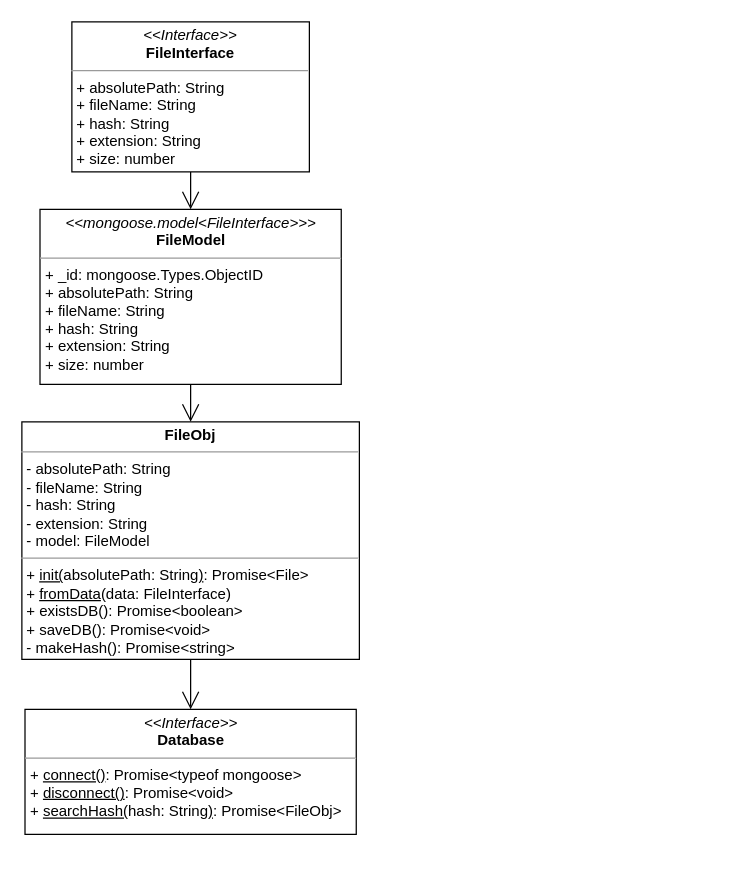
Above: bfs-core.drawio in jm0ran/bfs-core (draw.io), before the change. Source tidied: cells renumbered, new cells numbered last; positions are measured from the earlier drawing's top-left corner, leaving out a move shared by most shapes. Both pictures are drawn from the tidied source at 125%, with x=0, y=0 at pixel (21, 21).
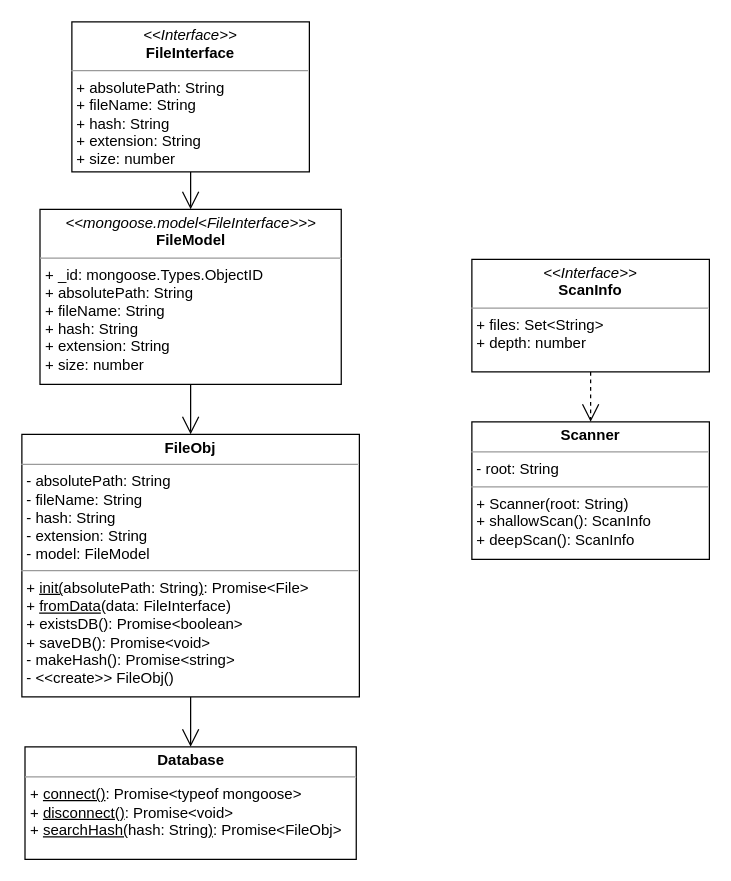
The same diagram, later.

Commit message (it also covers changes not shown here):
UML Diagram additions

The edit, as a diff of the source:
```diff
@@
 <mxGraphModel>
   <root>
     <mxCell id="0" />
     <mxCell id="1" parent="0" />
-    <mxCell id="2" value="&lt;p style=&quot;margin: 0px ; margin-top: 4px ; text-align: center&quot;&gt;&lt;b&gt;FileObj&lt;/b&gt;&lt;/p&gt;&lt;hr size=&quot;1&quot;&gt;&lt;p style=&quot;margin: 0px ; margin-left: 4px&quot;&gt;- absolutePath: String&lt;br&gt;- fileName: String&lt;/p&gt;&lt;p style=&quot;margin: 0px ; margin-left: 4px&quot;&gt;- hash: String&lt;/p&gt;&lt;p style=&quot;margin: 0px ; margin-left: 4px&quot;&gt;- extension: String&lt;/p&gt;&lt;p style=&quot;margin: 0px ; margin-left: 4px&quot;&gt;- model: FileModel&lt;/p&gt;&lt;hr size=&quot;1&quot;&gt;&lt;p style=&quot;margin: 0px ; margin-left: 4px&quot;&gt;&lt;span&gt;+ &lt;/span&gt;&lt;u&gt;init(&lt;/u&gt;&lt;span&gt;absolutePath: String&lt;/span&gt;&lt;u&gt;)&lt;/u&gt;&lt;span&gt;: Promise&amp;lt;File&amp;gt;&lt;/span&gt;&lt;br&gt;&lt;/p&gt;&lt;p style=&quot;margin: 0px ; margin-left: 4px&quot;&gt;+ &lt;u&gt;fromData&lt;/u&gt;(data: FileInterface)&lt;/p&gt;&lt;p style=&quot;margin: 0px ; margin-left: 4px&quot;&gt;+ existsDB(): Promise&amp;lt;boolean&amp;gt;&lt;/p&gt;&lt;p style=&quot;margin: 0px ; margin-left: 4px&quot;&gt;+ saveDB(): Promise&amp;lt;void&amp;gt;&lt;/p&gt;&lt;p style=&quot;margin: 0px 0px 0px 4px&quot;&gt;- makeHash(): Promise&amp;lt;string&amp;gt;&lt;/p&gt;&lt;div&gt;&lt;br&gt;&lt;/div&gt;&lt;p style=&quot;margin: 0px ; margin-left: 4px&quot;&gt;&lt;br&gt;&lt;/p&gt;" style="verticalAlign=top;align=left;overflow=fill;fontSize=12;fontFamily=Helvetica;html=1;" parent="1" vertex="1">
-      <mxGeometry y="320" width="270" height="190" as="geometry" />
+    <mxCell id="2" value="&lt;p style=&quot;margin: 0px ; margin-top: 4px ; text-align: center&quot;&gt;&lt;b&gt;FileObj&lt;/b&gt;&lt;/p&gt;&lt;hr size=&quot;1&quot;&gt;&lt;p style=&quot;margin: 0px ; margin-left: 4px&quot;&gt;- absolutePath: String&lt;br&gt;- fileName: String&lt;/p&gt;&lt;p style=&quot;margin: 0px ; margin-left: 4px&quot;&gt;- hash: String&lt;/p&gt;&lt;p style=&quot;margin: 0px ; margin-left: 4px&quot;&gt;- extension: String&lt;/p&gt;&lt;p style=&quot;margin: 0px ; margin-left: 4px&quot;&gt;- model: FileModel&lt;/p&gt;&lt;hr size=&quot;1&quot;&gt;&lt;p style=&quot;margin: 0px ; margin-left: 4px&quot;&gt;&lt;span&gt;+ &lt;/span&gt;&lt;u&gt;init(&lt;/u&gt;&lt;span&gt;absolutePath: String&lt;/span&gt;&lt;u&gt;)&lt;/u&gt;&lt;span&gt;: Promise&amp;lt;File&amp;gt;&lt;/span&gt;&lt;br&gt;&lt;/p&gt;&lt;p style=&quot;margin: 0px ; margin-left: 4px&quot;&gt;+ &lt;u&gt;fromData&lt;/u&gt;(data: FileInterface)&lt;/p&gt;&lt;p style=&quot;margin: 0px ; margin-left: 4px&quot;&gt;+ existsDB(): Promise&amp;lt;boolean&amp;gt;&lt;/p&gt;&lt;p style=&quot;margin: 0px ; margin-left: 4px&quot;&gt;+ saveDB(): Promise&amp;lt;void&amp;gt;&lt;/p&gt;&lt;p style=&quot;margin: 0px 0px 0px 4px&quot;&gt;- makeHash(): Promise&amp;lt;string&amp;gt;&lt;/p&gt;&lt;p style=&quot;margin: 0px 0px 0px 4px&quot;&gt;- &amp;lt;&amp;lt;create&amp;gt;&amp;gt; FileObj()&lt;/p&gt;&lt;div&gt;&lt;br&gt;&lt;/div&gt;&lt;p style=&quot;margin: 0px ; margin-left: 4px&quot;&gt;&lt;br&gt;&lt;/p&gt;" style="verticalAlign=top;align=left;overflow=fill;fontSize=12;fontFamily=Helvetica;html=1;" parent="1" vertex="1">
+      <mxGeometry y="330" width="270" height="210" as="geometry" />
     </mxCell>
     <mxCell id="3" value="&lt;p style=&quot;margin: 0px ; margin-top: 4px ; text-align: center&quot;&gt;&lt;i&gt;&amp;lt;&amp;lt;mongoose.model&amp;lt;FileInterface&amp;gt;&amp;gt;&amp;gt;&lt;/i&gt;&lt;br&gt;&lt;b&gt;FileModel&lt;/b&gt;&lt;/p&gt;&lt;hr size=&quot;1&quot;&gt;&lt;p style=&quot;margin: 0px ; margin-left: 4px&quot;&gt;+ _id: mongoose.Types.ObjectID&lt;/p&gt;&lt;p style=&quot;margin: 0px ; margin-left: 4px&quot;&gt;+ absolutePath: String&lt;/p&gt;&lt;p style=&quot;margin: 0px ; margin-left: 4px&quot;&gt;+ fileName: String&lt;br&gt;+ hash: String&lt;/p&gt;&lt;p style=&quot;margin: 0px ; margin-left: 4px&quot;&gt;+ extension: String&lt;/p&gt;&lt;p style=&quot;margin: 0px ; margin-left: 4px&quot;&gt;+ size: number&lt;/p&gt;" style="verticalAlign=top;align=left;overflow=fill;fontSize=12;fontFamily=Helvetica;html=1;" parent="1" vertex="1">
       <mxGeometry x="14.5" y="150" width="241" height="140" as="geometry" />
     </mxCell>
     <mxCell id="4" value="&lt;p style=&quot;margin: 0px ; margin-top: 4px ; text-align: center&quot;&gt;&lt;i&gt;&amp;lt;&amp;lt;Interface&amp;gt;&amp;gt;&lt;/i&gt;&lt;br&gt;&lt;b&gt;FileInterface&lt;/b&gt;&lt;/p&gt;&lt;hr size=&quot;1&quot;&gt;&lt;p style=&quot;margin: 0px ; margin-left: 4px&quot;&gt;+ absolutePath: String&lt;br&gt;+ fileName: String&lt;/p&gt;&lt;p style=&quot;margin: 0px 0px 0px 4px&quot;&gt;+ hash: String&lt;/p&gt;&lt;p style=&quot;margin: 0px 0px 0px 4px&quot;&gt;+ extension: String&lt;/p&gt;&lt;p style=&quot;margin: 0px 0px 0px 4px&quot;&gt;+ size: number&lt;/p&gt;&lt;p style=&quot;margin: 0px 0px 0px 4px&quot;&gt;&lt;br&gt;&lt;/p&gt;" style="verticalAlign=top;align=left;overflow=fill;fontSize=12;fontFamily=Helvetica;html=1;" parent="1" vertex="1">
       <mxGeometry x="40" width="190" height="120" as="geometry" />
     </mxCell>
     <mxCell id="5" style="endArrow=open;endFill=1;endSize=12;html=1;rounded=0;exitX=0.5;exitY=1;exitDx=0;exitDy=0;entryX=0.5;entryY=0;entryDx=0;entryDy=0;" parent="1" edge="1" source="4" target="3">
       <mxGeometry relative="1" as="geometry" />
     </mxCell>
     <mxCell id="6" style="endArrow=open;endFill=1;endSize=12;html=1;rounded=0;exitX=0.5;exitY=1;exitDx=0;exitDy=0;entryX=0.5;entryY=0;entryDx=0;entryDy=0;" parent="1" edge="1" source="3" target="2">
       <mxGeometry relative="1" as="geometry" />
     </mxCell>
-    <mxCell id="7" value="&lt;p style=&quot;margin: 0px ; margin-top: 4px ; text-align: center&quot;&gt;&lt;i&gt;&amp;lt;&amp;lt;Interface&amp;gt;&amp;gt;&lt;/i&gt;&lt;br&gt;&lt;b&gt;Database&lt;/b&gt;&lt;/p&gt;&lt;hr size=&quot;1&quot;&gt;&lt;p style=&quot;margin: 0px ; margin-left: 4px&quot;&gt;&lt;span&gt;+ &lt;u&gt;connect()&lt;/u&gt;: Promise&amp;lt;typeof mongoose&amp;gt;&lt;/span&gt;&lt;br&gt;&lt;/p&gt;&lt;p style=&quot;margin: 0px ; margin-left: 4px&quot;&gt;+ &lt;u&gt;disconnect()&lt;/u&gt;: Promise&amp;lt;void&amp;gt;&lt;/p&gt;&lt;p style=&quot;margin: 0px ; margin-left: 4px&quot;&gt;+ &lt;u&gt;searchHash(&lt;/u&gt;hash: String&lt;u&gt;)&lt;/u&gt;: Promise&amp;lt;FileObj&amp;gt;&lt;/p&gt;" style="verticalAlign=top;align=left;overflow=fill;fontSize=12;fontFamily=Helvetica;html=1;" parent="1" vertex="1">
-      <mxGeometry x="2.5" y="550" width="265" height="100" as="geometry" />
+    <mxCell id="7" value="&lt;p style=&quot;margin: 0px ; margin-top: 4px ; text-align: center&quot;&gt;&lt;b&gt;Database&lt;/b&gt;&lt;/p&gt;&lt;hr size=&quot;1&quot;&gt;&lt;p style=&quot;margin: 0px ; margin-left: 4px&quot;&gt;&lt;span&gt;+ &lt;u&gt;connect()&lt;/u&gt;: Promise&amp;lt;typeof mongoose&amp;gt;&lt;/span&gt;&lt;br&gt;&lt;/p&gt;&lt;p style=&quot;margin: 0px ; margin-left: 4px&quot;&gt;+ &lt;u&gt;disconnect()&lt;/u&gt;: Promise&amp;lt;void&amp;gt;&lt;/p&gt;&lt;p style=&quot;margin: 0px ; margin-left: 4px&quot;&gt;+ &lt;u&gt;searchHash(&lt;/u&gt;hash: String&lt;u&gt;)&lt;/u&gt;: Promise&amp;lt;FileObj&amp;gt;&lt;/p&gt;" style="verticalAlign=top;align=left;overflow=fill;fontSize=12;fontFamily=Helvetica;html=1;" parent="1" vertex="1">
+      <mxGeometry x="2.5" y="580" width="265" height="90" as="geometry" />
     </mxCell>
     <mxCell id="8" style="endArrow=open;endFill=1;endSize=12;html=1;rounded=0;exitX=0.5;exitY=1;exitDx=0;exitDy=0;entryX=0.5;entryY=0;entryDx=0;entryDy=0;" parent="1" edge="1" source="2" target="7">
       <mxGeometry relative="1" as="geometry" />
     </mxCell>
+    <mxCell id="9" value="&lt;p style=&quot;margin: 0px ; margin-top: 4px ; text-align: center&quot;&gt;&lt;b&gt;Scanner&lt;/b&gt;&lt;/p&gt;&lt;hr size=&quot;1&quot;&gt;&lt;p style=&quot;margin: 0px ; margin-left: 4px&quot;&gt;- root: String&lt;br&gt;&lt;/p&gt;&lt;hr size=&quot;1&quot;&gt;&lt;p style=&quot;margin: 0px ; margin-left: 4px&quot;&gt;+ Scanner(root: String)&lt;br&gt;+ shallowScan(): ScanInfo&lt;/p&gt;&lt;p style=&quot;margin: 0px ; margin-left: 4px&quot;&gt;+ deepScan(): ScanInfo&lt;/p&gt;" style="verticalAlign=top;align=left;overflow=fill;fontSize=12;fontFamily=Helvetica;html=1;" parent="1" vertex="1">
+      <mxGeometry x="360" y="320" width="190" height="110" as="geometry" />
+    </mxCell>
+    <mxCell id="10" value="&lt;p style=&quot;margin: 0px ; margin-top: 4px ; text-align: center&quot;&gt;&lt;i&gt;&amp;lt;&amp;lt;Interface&amp;gt;&amp;gt;&lt;/i&gt;&lt;br&gt;&lt;b&gt;ScanInfo&lt;/b&gt;&lt;/p&gt;&lt;hr size=&quot;1&quot;&gt;&lt;p style=&quot;margin: 0px ; margin-left: 4px&quot;&gt;+ files: Set&amp;lt;String&amp;gt;&lt;br&gt;+ depth: number&lt;/p&gt;&lt;p style=&quot;margin: 0px ; margin-left: 4px&quot;&gt;&lt;br&gt;&lt;/p&gt;&lt;p style=&quot;margin: 0px ; margin-left: 4px&quot;&gt;&lt;br&gt;&lt;/p&gt;" style="verticalAlign=top;align=left;overflow=fill;fontSize=12;fontFamily=Helvetica;html=1;" parent="1" vertex="1">
+      <mxGeometry x="360" y="190" width="190" height="90" as="geometry" />
+    </mxCell>
+    <mxCell id="11" style="endArrow=open;endSize=12;dashed=1;html=1;rounded=0;exitX=0.5;exitY=1;exitDx=0;exitDy=0;entryX=0.5;entryY=0;entryDx=0;entryDy=0;" parent="1" edge="1" source="10" target="9">
+      <mxGeometry relative="1" as="geometry" />
+    </mxCell>
   </root>
 </mxGraphModel>
```
